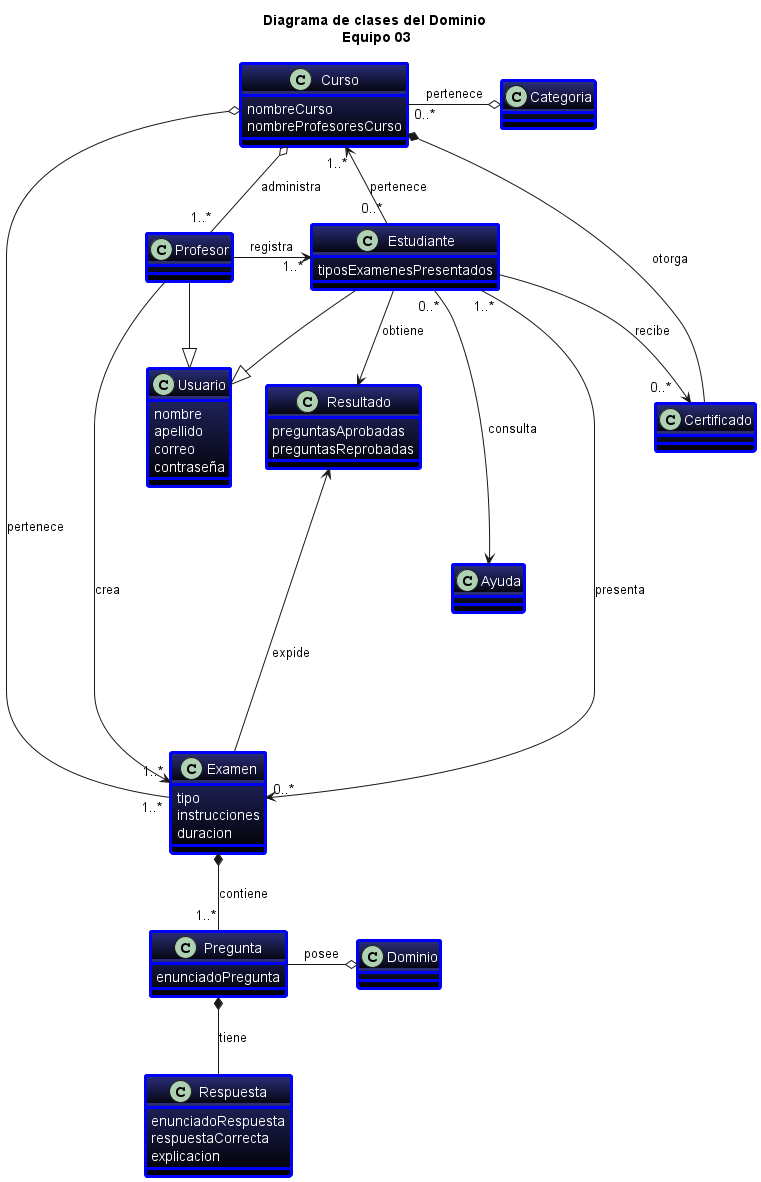
This is docs/scenariosView/diagramaClasesDominio/Diagrama de clases.png from febres35/EdTech_IS, a PlantUML export, as it was before one commit.
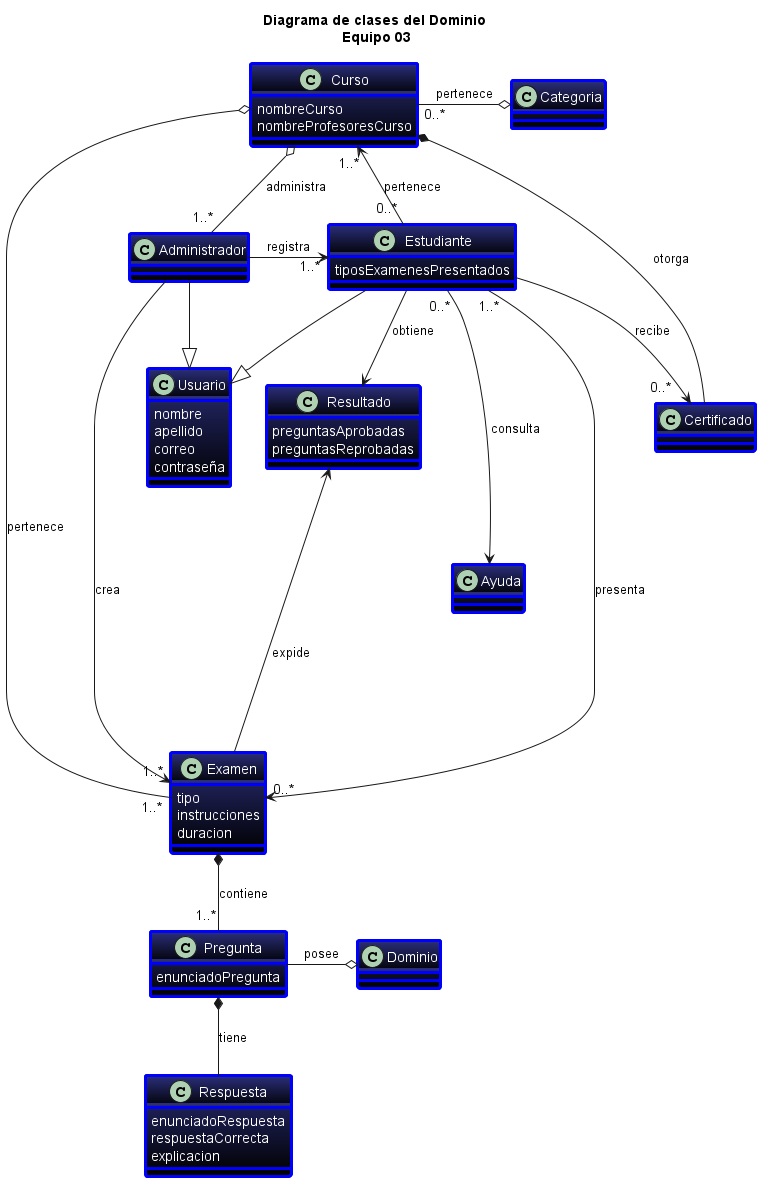
The same diagram one commit later.

Commit message:
Reverso de Profesor a Administrador

Diff of the diagram source:
```diff
@@ -14,7 +14,7 @@
   correo
   contraseña
 }
-class Profesor
+class Administrador
 
 class Estudiante{
   tiposExamenesPresentados
@@ -52,12 +52,12 @@
 class Certificado{
 }
 
-Usuario <|-left- Profesor
+Usuario <|-left- Administrador
 Usuario <|-up- Estudiante
 
-Profesor --> "1..*"Examen: crea
-Profesor -right-> "     1..*"Estudiante: registra
-Profesor "    1..*"-up-o Curso: administra
+Administrador --> "1..*"Examen: crea
+Administrador -right-> "     1..*"Estudiante: registra
+Administrador "    1..*"-up-o Curso: administra
 
 Estudiante "0..*"-right->"    1..*"Curso: pertenece
 Estudiante "1..*"-right-> "0..* "Examen: presenta
```
